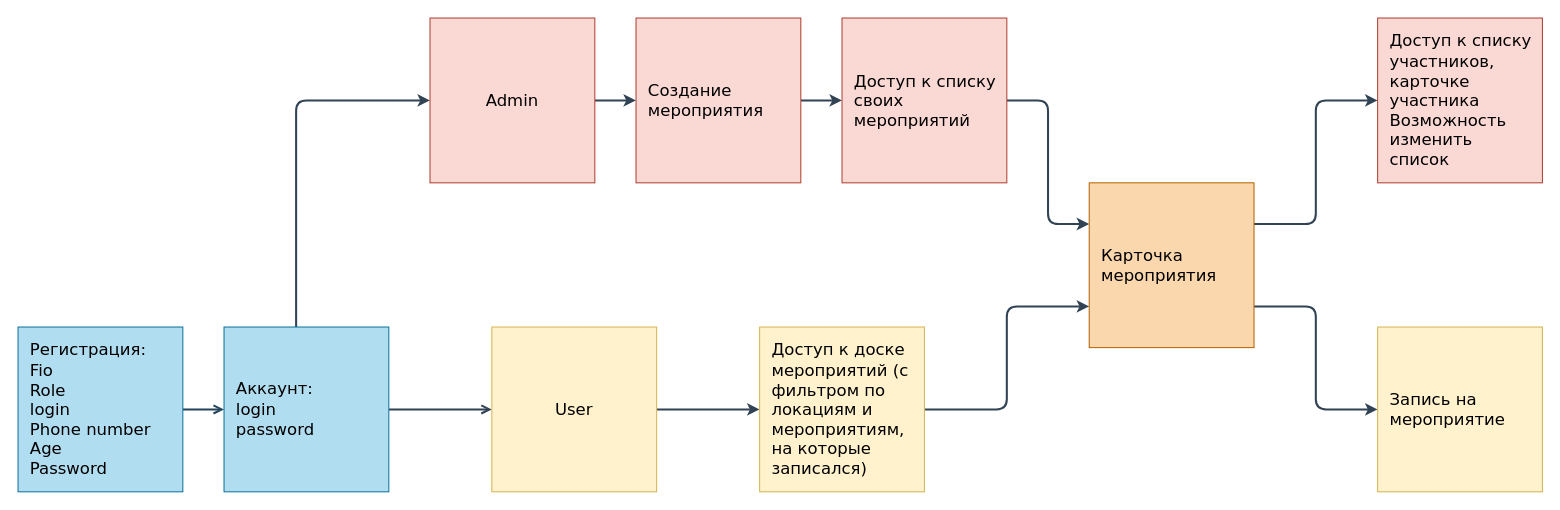
Above: Диаграмма без названия.drawio in VeronikaOxyt/Frontend-basics-course (draw.io), before the change. Source tidied: cells renumbered, new cells numbered last; positions are measured from the earlier drawing's top-left corner, leaving out a move shared by most shapes. Both pictures are drawn from the tidied source at 103%, with x=0, y=0 at pixel (18, 18).
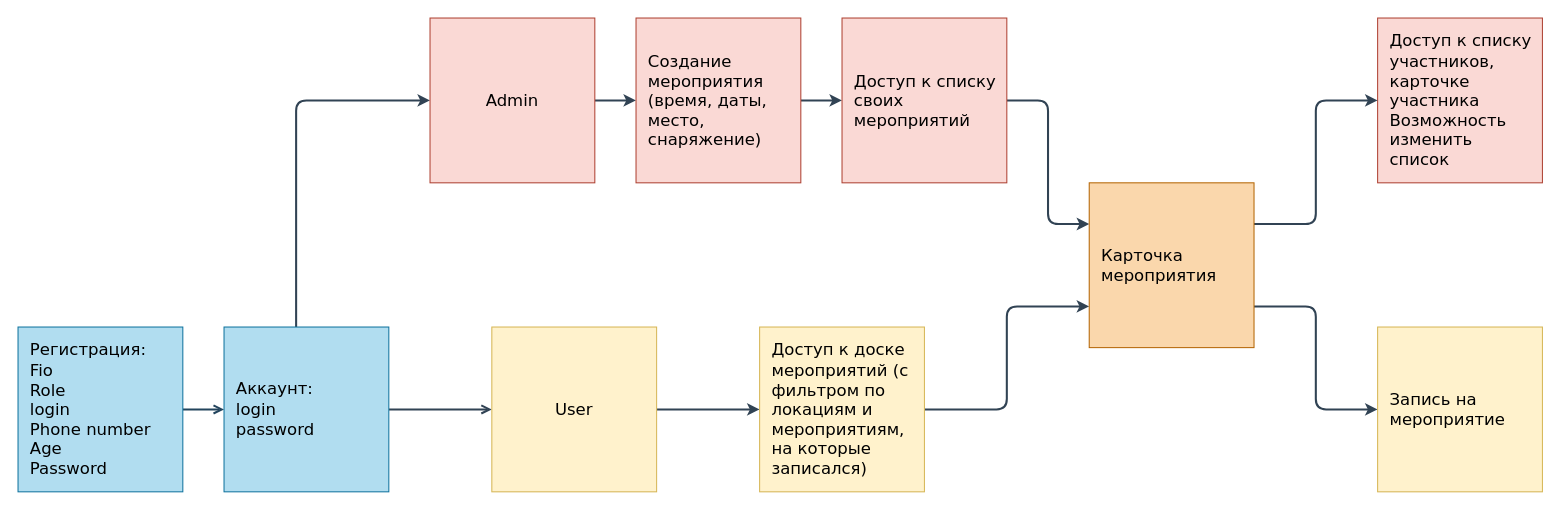
The same page after the edit.

Change to the diagram source:
```diff
@@
-    <mxCell id="12" value="&lt;font style=&quot;font-size: 16px;&quot; face=&quot;Verdana&quot;&gt;Создание мероприятия&lt;/font&gt;" style="whiteSpace=wrap;html=1;align=left;fillColor=#fad9d5;strokeColor=#ae4132;spacing=12;" parent="1" vertex="1">
+    <mxCell id="12" value="&lt;font style=&quot;font-size: 16px;&quot; face=&quot;Verdana&quot;&gt;Создание мероприятия (время, даты, место, снаряжение)&lt;/font&gt;" style="whiteSpace=wrap;html=1;align=left;fillColor=#fad9d5;strokeColor=#ae4132;spacing=12;" parent="1" vertex="1">
       <mxGeometry x="600" width="160" height="160" as="geometry" />
     </mxCell>
```
